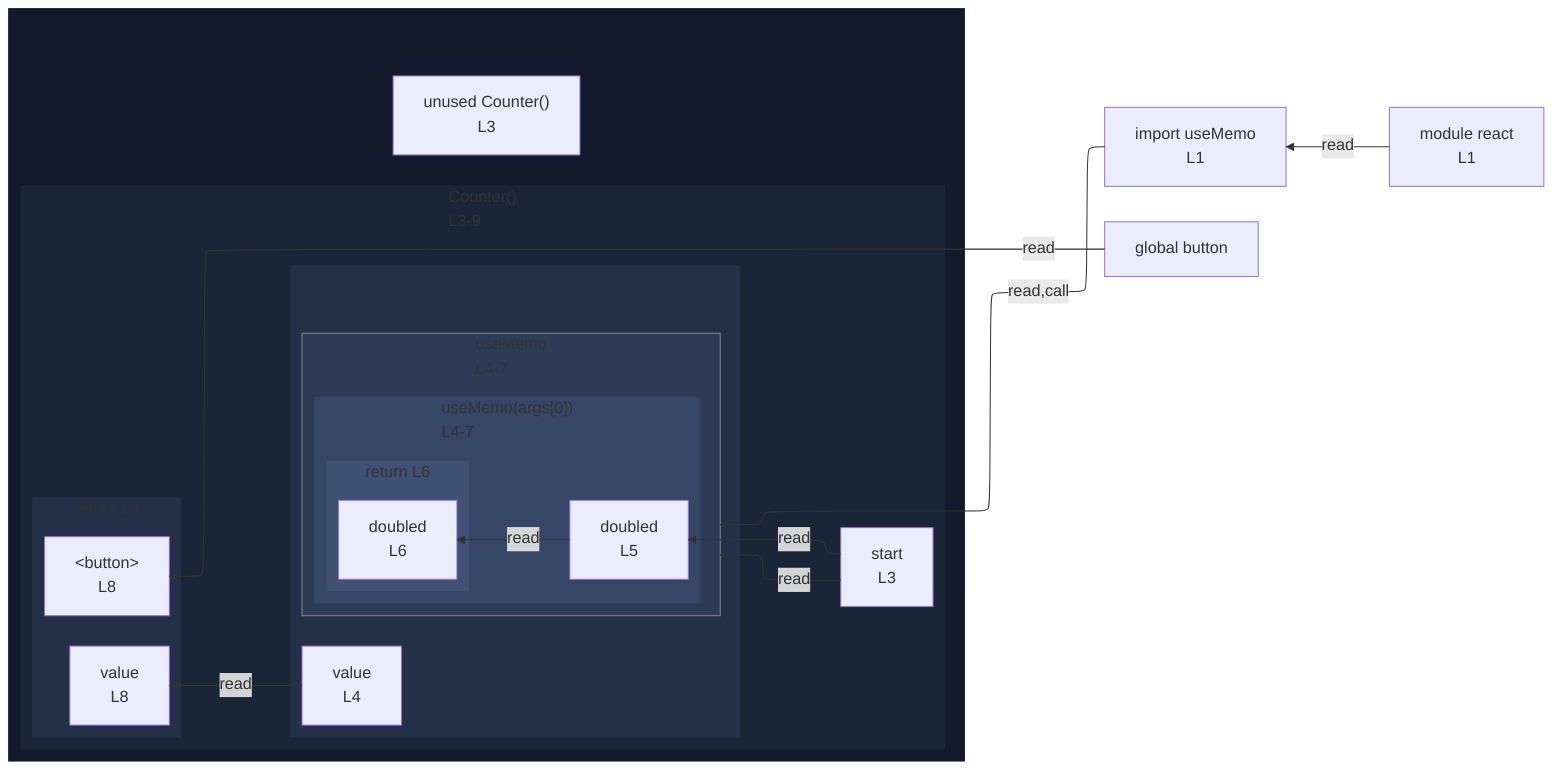
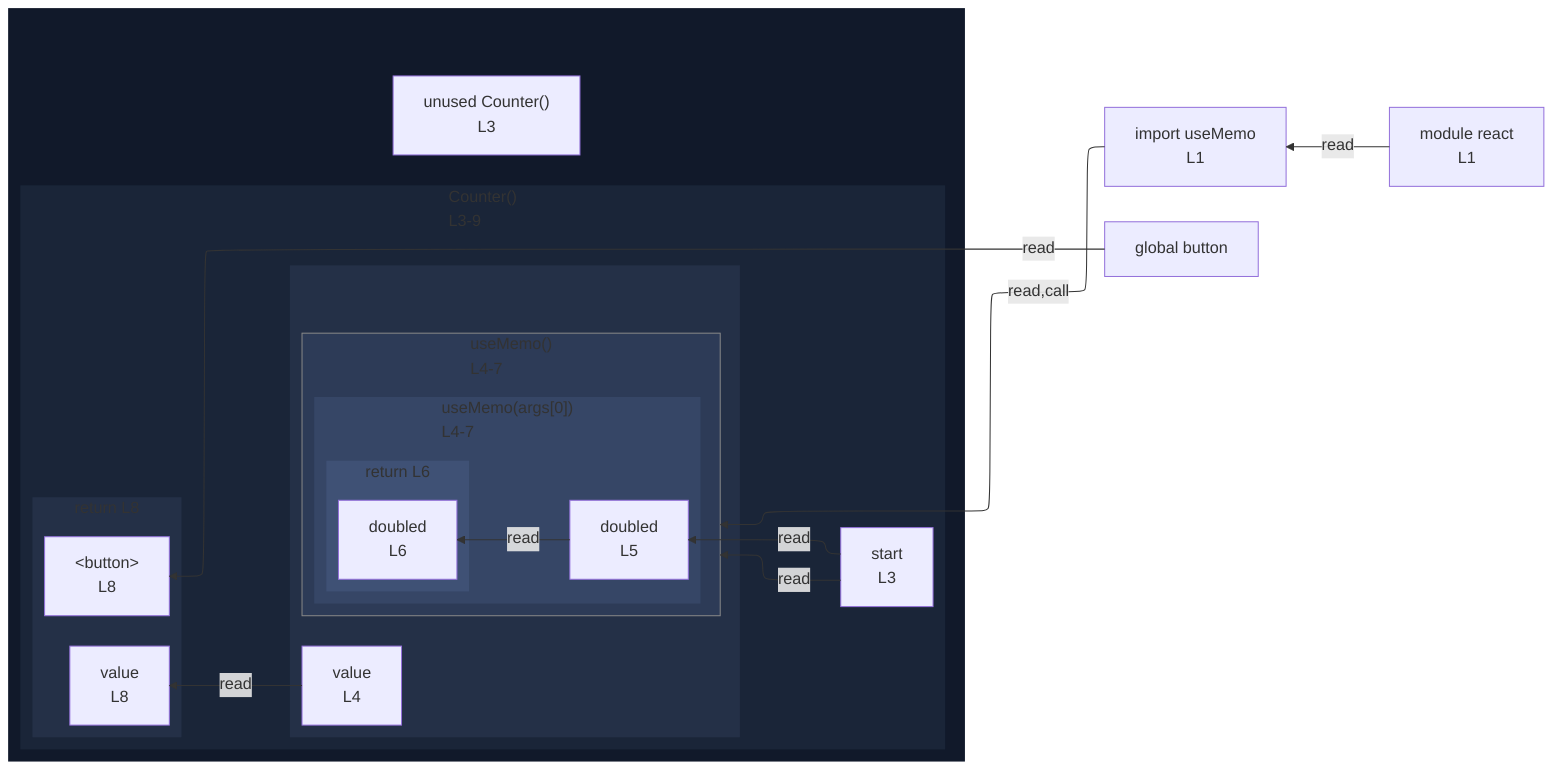
%%{init: {"flowchart": {"defaultRenderer": "elk"}}}%%
flowchart RL
  n_scope_0_useMemo_9["import useMemo<br/>L1"]
  n_scope_0_button_194["global button"]
  subgraph wrap_s_scope_1[" "]
    direction TB
    n_scope_0_Counter_40["unused Counter()<br/>L3"]
    subgraph s_scope_1["Counter()<br/>L3-9"]
      direction RL
      n_scope_1_start_53["start<br/>L3"]
-       subgraph wrap_call_proxy_ref_2[" "]
+       subgraph wrap_call_proxy_102[" "]
        direction TB
        n_scope_1_value_94["value<br/>L4"]
-         subgraph call_proxy_ref_2["useMemo<br/>L4-7"]
+         subgraph call_proxy_102["useMemo()<br/>L4-7"]
          direction RL
          subgraph s_scope_2["useMemo(args[0])<br/>L4-7"]
            direction RL
            n_scope_2_doubled_128["doubled<br/>L5"]
            subgraph s_return_scope_0_Counter_40_153_168["return L6"]
              direction RL
              ret_use_ref_5["doubled<br/>L6"]
            end
          end
        end
      end
      subgraph s_return_scope_0_Counter_40_186_218["return L8"]
        direction RL
        ret_use_ref_7["&lt;button&gt;<br/>L8"]
        ret_use_ref_8["value<br/>L8"]
      end
    end
  end
-   n_scope_0_useMemo_9 -->|read,call| call_proxy_ref_2
+   n_scope_0_useMemo_9 -->|read,call| call_proxy_102
  n_scope_1_start_53 -->|read| n_scope_2_doubled_128
  n_scope_2_doubled_128 -->|read| ret_use_ref_5
-   n_scope_1_start_53 -->|read| call_proxy_ref_2
+   n_scope_1_start_53 -->|read| call_proxy_102
  n_scope_0_button_194 -->|read| ret_use_ref_7
  n_scope_1_value_94 -->|read| ret_use_ref_8
  mod_react["module react<br/>L1"]
  mod_react -->|read| n_scope_0_useMemo_9
  classDef nestL1 fill:#11192a,stroke:transparent;
  class wrap_s_scope_1 nestL1;
  classDef nestL2 fill:#1a2538,stroke:transparent;
  class s_scope_1 nestL2;
  classDef nestL3 fill:#243047,stroke:transparent;
-   class wrap_call_proxy_ref_2 nestL3;
+   class wrap_call_proxy_102 nestL3;
  class s_return_scope_0_Counter_40_186_218 nestL3;
  classDef nestL4 fill:#2d3b57,stroke:transparent;
-   class call_proxy_ref_2 nestL4;
+   class call_proxy_102 nestL4;
  classDef nestL5 fill:#364666,stroke:transparent;
  class s_scope_2 nestL5;
  classDef nestL6 fill:#3f5175,stroke:transparent;
  class s_return_scope_0_Counter_40_153_168 nestL6;
  classDef edgeTargetSubgraph stroke:#888;
-   class call_proxy_ref_2 edgeTargetSubgraph;
+   class call_proxy_102 edgeTargetSubgraph;
